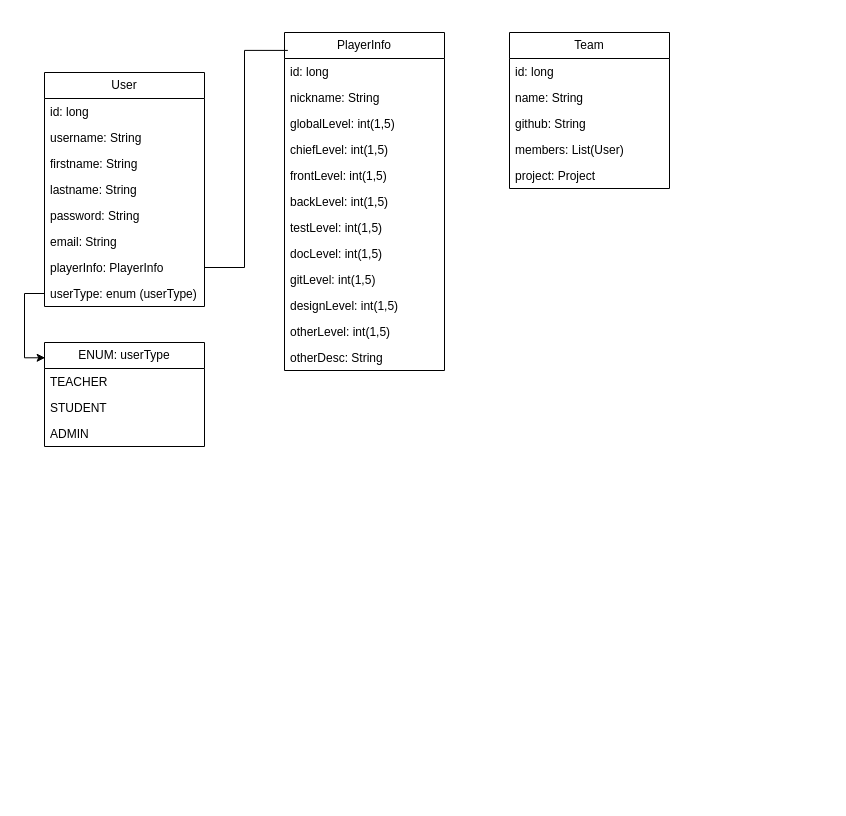
Before: docs/SAE s5 diagrams.drawio in IUT-Blagnac/sae-5-1-01-phase4-cafe-noisette, a draw.io diagram. Source tidied: cells renumbered, new cells numbered last; positions are measured from the earlier drawing's top-left corner, leaving out a move shared by most shapes. Both pictures are drawn from the tidied source at 100%, with x=0, y=0 at pixel (44, 32).
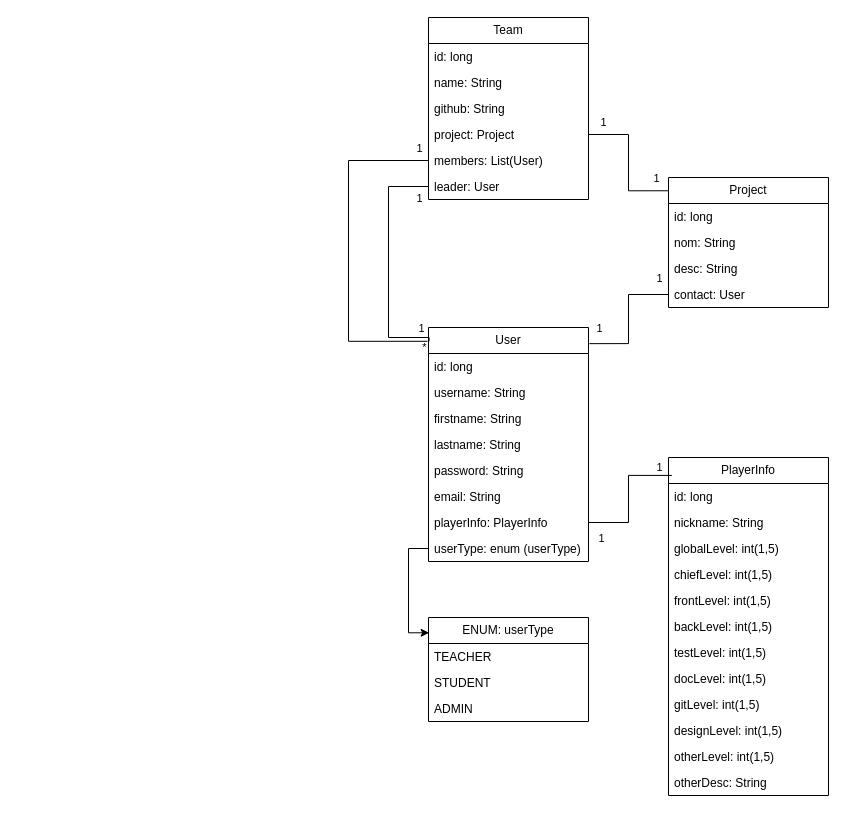
After the change.

The change refers to these unchanged cells:
```xml
<mxCell id="24" style="edgeStyle=orthogonalEdgeStyle;rounded=0;jettySize=auto;html=1;entryX=0.021;entryY=0.053;entryDx=0;entryDy=0;entryPerimeter=0;endArrow=none;endFill=0;" parent="1" edge="1" source="9" target="11">
  <mxGeometry relative="1" as="geometry" />
</mxCell>
```

Change to the diagram source:
```diff
@@
     <mxCell id="2" value="User" style="swimlane;fontStyle=0;horizontal=1;startSize=26;fillColor=none;whiteSpace=wrap;html=1;" parent="1" vertex="1">
-      <mxGeometry y="40" width="160" height="234" as="geometry" />
+      <mxGeometry x="384" y="295" width="160" height="234" as="geometry" />
     </mxCell>
@@
     <mxCell id="11" value="PlayerInfo" style="swimlane;fontStyle=0;horizontal=1;startSize=26;fillColor=none;whiteSpace=wrap;html=1;" parent="1" vertex="1">
-      <mxGeometry x="240" width="160" height="338" as="geometry" />
+      <mxGeometry x="624" y="425" width="160" height="338" as="geometry" />
     </mxCell>
@@
+    <mxCell id="36" value="1" style="edgeLabel;html=1;align=center;verticalAlign=middle;" parent="24" vertex="1">
+      <mxGeometry x="0.71" y="4" relative="1" as="geometry">
+        <mxPoint x="6" y="-4" as="offset" />
+      </mxGeometry>
+    </mxCell>
+    <mxCell id="37" value="1" style="edgeLabel;html=1;align=center;verticalAlign=middle;" parent="24" vertex="1">
+      <mxGeometry x="-0.82" relative="1" as="geometry">
+        <mxPoint y="15" as="offset" />
+      </mxGeometry>
+    </mxCell>
     <mxCell id="25" value="ENUM: userType" style="swimlane;fontStyle=0;horizontal=1;startSize=26;fillColor=none;whiteSpace=wrap;html=1;" parent="1" vertex="1">
-      <mxGeometry y="310" width="160" height="104" as="geometry" />
+      <mxGeometry x="384" y="585" width="160" height="104" as="geometry" />
     </mxCell>
@@
     <mxCell id="30" value="Team" style="swimlane;fontStyle=0;horizontal=1;startSize=26;fillColor=none;whiteSpace=wrap;html=1;" parent="1" vertex="1">
-      <mxGeometry x="465" width="160" height="156" as="geometry" />
+      <mxGeometry x="384" y="-15" width="160" height="182" as="geometry" />
     </mxCell>
@@
+    <mxCell id="35" value="project: Project" style="text;strokeColor=none;fillColor=none;align=left;verticalAlign=top;spacingLeft=4;spacingRight=4;overflow=hidden;points=[[0,0.5],[1,0.5]];portConstraint=eastwest;whiteSpace=wrap;html=1;" parent="30" vertex="1">
+      <mxGeometry y="104" width="160" height="26" as="geometry" />
+    </mxCell>
     <mxCell id="34" value="members: List(User)" style="text;strokeColor=none;fillColor=none;align=left;verticalAlign=top;spacingLeft=4;spacingRight=4;overflow=hidden;points=[[0,0.5],[1,0.5]];portConstraint=eastwest;whiteSpace=wrap;html=1;" parent="30" vertex="1">
-      <mxGeometry y="104" width="160" height="26" as="geometry" />
+      <mxGeometry y="130" width="160" height="26" as="geometry" />
     </mxCell>
-    <mxCell id="35" value="project: Project" style="text;strokeColor=none;fillColor=none;align=left;verticalAlign=top;spacingLeft=4;spacingRight=4;overflow=hidden;points=[[0,0.5],[1,0.5]];portConstraint=eastwest;whiteSpace=wrap;html=1;" parent="30" vertex="1">
-      <mxGeometry y="130" width="160" height="26" as="geometry" />
-    </mxCell>
+    <mxCell id="38" value="leader: User" style="text;strokeColor=none;fillColor=none;align=left;verticalAlign=top;spacingLeft=4;spacingRight=4;overflow=hidden;points=[[0,0.5],[1,0.5]];portConstraint=eastwest;whiteSpace=wrap;html=1;" parent="30" vertex="1">
+      <mxGeometry y="156" width="160" height="26" as="geometry" />
+    </mxCell>
+    <mxCell id="39" value="Project" style="swimlane;fontStyle=0;horizontal=1;startSize=26;fillColor=none;whiteSpace=wrap;html=1;" parent="1" vertex="1">
+      <mxGeometry x="624" y="145" width="160" height="130" as="geometry" />
+    </mxCell>
+    <mxCell id="40" value="id: long" style="text;strokeColor=none;fillColor=none;align=left;verticalAlign=top;spacingLeft=4;spacingRight=4;overflow=hidden;whiteSpace=wrap;html=1;" parent="39" vertex="1">
+      <mxGeometry y="26" width="160" height="26" as="geometry" />
+    </mxCell>
+    <mxCell id="41" value="nom: String" style="text;strokeColor=none;fillColor=none;align=left;verticalAlign=top;spacingLeft=4;spacingRight=4;overflow=hidden;whiteSpace=wrap;html=1;" parent="39" vertex="1">
+      <mxGeometry y="52" width="160" height="26" as="geometry" />
+    </mxCell>
+    <mxCell id="42" value="desc: String" style="text;strokeColor=none;fillColor=none;align=left;verticalAlign=top;spacingLeft=4;spacingRight=4;overflow=hidden;whiteSpace=wrap;html=1;" parent="39" vertex="1">
+      <mxGeometry y="78" width="160" height="26" as="geometry" />
+    </mxCell>
+    <mxCell id="43" value="contact: User" style="text;strokeColor=none;fillColor=none;align=left;verticalAlign=top;spacingLeft=4;spacingRight=4;overflow=hidden;points=[[0,0.5],[1,0.5]];portConstraint=eastwest;whiteSpace=wrap;html=1;" parent="39" vertex="1">
+      <mxGeometry y="104" width="160" height="26" as="geometry" />
+    </mxCell>
+    <mxCell id="44" style="edgeStyle=orthogonalEdgeStyle;rounded=0;jettySize=auto;html=1;entryX=1.006;entryY=0.069;entryDx=0;entryDy=0;entryPerimeter=0;endArrow=none;endFill=0;" parent="1" edge="1" source="43" target="2">
+      <mxGeometry relative="1" as="geometry" />
+    </mxCell>
+    <mxCell id="45" value="1" style="edgeLabel;html=1;align=center;verticalAlign=middle;" parent="44" vertex="1">
+      <mxGeometry x="0.85" y="-2" relative="1" as="geometry">
+        <mxPoint y="-14" as="offset" />
+      </mxGeometry>
+    </mxCell>
+    <mxCell id="46" value="1" style="edgeLabel;html=1;align=center;verticalAlign=middle;" parent="44" vertex="1">
+      <mxGeometry x="-0.84" y="-1" relative="1" as="geometry">
+        <mxPoint y="-16" as="offset" />
+      </mxGeometry>
+    </mxCell>
+    <mxCell id="47" style="edgeStyle=orthogonalEdgeStyle;rounded=0;jettySize=auto;html=1;entryX=0.003;entryY=0.102;entryDx=0;entryDy=0;entryPerimeter=0;endArrow=none;endFill=0;" parent="1" edge="1" source="35" target="39">
+      <mxGeometry relative="1" as="geometry" />
+    </mxCell>
+    <mxCell id="48" value="1" style="edgeLabel;html=1;align=center;verticalAlign=middle;" parent="47" vertex="1">
+      <mxGeometry x="-0.8" y="1" relative="1" as="geometry">
+        <mxPoint y="-12" as="offset" />
+      </mxGeometry>
+    </mxCell>
+    <mxCell id="49" value="1" style="edgeLabel;html=1;align=center;verticalAlign=middle;" parent="47" vertex="1">
+      <mxGeometry x="0.89" y="1" relative="1" as="geometry">
+        <mxPoint x="-5" y="-12" as="offset" />
+      </mxGeometry>
+    </mxCell>
+    <mxCell id="50" style="edgeStyle=orthogonalEdgeStyle;rounded=0;jettySize=auto;html=1;entryX=-0.006;entryY=0.059;entryDx=0;entryDy=0;entryPerimeter=0;endArrow=none;endFill=0;exitX=0;exitY=0.5;exitDx=0;exitDy=0;" parent="1" edge="1" source="34" target="2">
+      <mxGeometry relative="1" as="geometry">
+        <Array as="points">
+          <mxPoint x="304" y="128" />
+          <mxPoint x="304" y="309" />
+        </Array>
+      </mxGeometry>
+    </mxCell>
+    <mxCell id="51" value="1" style="edgeLabel;html=1;align=center;verticalAlign=middle;" parent="50" vertex="1">
+      <mxGeometry x="-0.88" y="-3" relative="1" as="geometry">
+        <mxPoint x="10" y="-10" as="offset" />
+      </mxGeometry>
+    </mxCell>
+    <mxCell id="52" value="*" style="edgeLabel;html=1;align=center;verticalAlign=middle;fontColor=default;labelBackgroundColor=none;" parent="50" vertex="1">
+      <mxGeometry x="0.63" y="1" relative="1" as="geometry">
+        <mxPoint x="59" y="7" as="offset" />
+      </mxGeometry>
+    </mxCell>
+    <mxCell id="53" style="edgeStyle=orthogonalEdgeStyle;rounded=0;jettySize=auto;html=1;entryX=0.004;entryY=0.058;entryDx=0;entryDy=0;entryPerimeter=0;endArrow=none;endFill=0;" parent="1" edge="1" source="38" target="2">
+      <mxGeometry relative="1" as="geometry">
+        <Array as="points">
+          <mxPoint x="344" y="154" />
+          <mxPoint x="344" y="305" />
+          <mxPoint x="385" y="305" />
+        </Array>
+      </mxGeometry>
+    </mxCell>
+    <mxCell id="54" value="1" style="edgeLabel;html=1;align=center;verticalAlign=middle;" parent="53" vertex="1">
+      <mxGeometry x="0.9" relative="1" as="geometry">
+        <mxPoint y="-10" as="offset" />
+      </mxGeometry>
+    </mxCell>
+    <mxCell id="55" value="1" style="edgeLabel;html=1;align=center;verticalAlign=middle;" parent="53" vertex="1">
+      <mxGeometry x="-0.95" y="2" relative="1" as="geometry">
+        <mxPoint x="-4" y="9" as="offset" />
+      </mxGeometry>
+    </mxCell>
```
